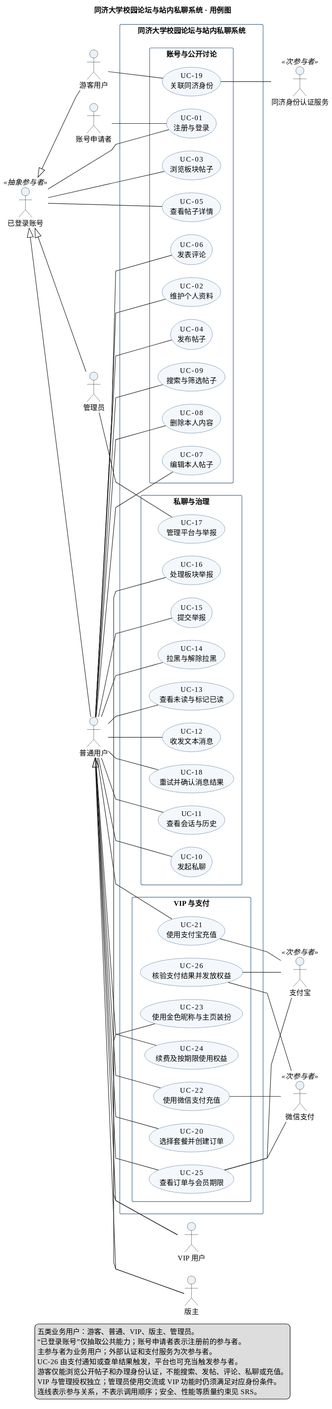
Above: models/requirements/use-cases.svg in Zqz1022/Software-Engineering-Tongji-Uni-2026 (PlantUML), before the change. Its diagram source:
```plantuml
@startuml
title 同济大学校园论坛与站内私聊系统 · 用例图
left to right direction
skinparam defaultFontName PingFang SC
skinparam defaultFontSize 14
skinparam shadowing false
skinparam packageStyle rectangle
skinparam linetype polyline
skinparam nodesep 25
skinparam ranksep 55
skinparam actorBackgroundColor #EAF2FA
skinparam usecaseBackgroundColor #F4F8FC
skinparam usecaseBorderColor #355C7D
skinparam rectangleBorderColor #355C7D
actor "账号申请者" as Applicant
actor "已登录账号" as Account <<抽象参与者>>
actor "游客用户" as Guest
actor "普通用户" as Member
actor "VIP 用户" as VIP
actor "版主" as Moderator
actor "管理员" as Admin
actor "同济身份认证服务" as Tongji <<次参与者>>
actor "支付宝" as Alipay <<次参与者>>
actor "微信支付" as Wechat <<次参与者>>
Account <|-- Guest
Account <|-- Member
Account <|-- Admin
Member <|-- VIP
Member <|-- Moderator
rectangle "同济大学校园论坛与站内私聊系统" {
  package "账号与公开讨论" {
    usecase "UC-01\n注册与登录" as UC01
    usecase "UC-02\n维护个人资料" as UC02
    usecase "UC-03\n浏览板块帖子" as UC03
    usecase "UC-04\n发布帖子" as UC04
    usecase "UC-05\n查看帖子详情" as UC05
    usecase "UC-06\n发表评论" as UC06
    usecase "UC-07\n编辑本人帖子" as UC07
    usecase "UC-08\n删除本人内容" as UC08
    usecase "UC-09\n搜索与筛选帖子" as UC09
    usecase "UC-19\n关联同济身份" as UC19
  }
  package "私聊与治理" {
    usecase "UC-10\n发起私聊" as UC10
    usecase "UC-11\n查看会话与历史" as UC11
    usecase "UC-12\n收发文本消息" as UC12
    usecase "UC-13\n查看未读与标记已读" as UC13
    usecase "UC-14\n拉黑与解除拉黑" as UC14
    usecase "UC-15\n提交举报" as UC15
    usecase "UC-16\n处理板块举报" as UC16
    usecase "UC-17\n管理平台与举报" as UC17
    usecase "UC-18\n重试并确认消息结果" as UC18
  }
  package "VIP 与支付" {
    usecase "UC-20\n选择套餐并创建订单" as UC20
    usecase "UC-21\n使用支付宝充值" as UC21
    usecase "UC-22\n使用微信支付充值" as UC22
    usecase "UC-23\n使用金色昵称与主页装扮" as UC23
    usecase "UC-24\n续费及按期限使用权益" as UC24
    usecase "UC-25\n查看订单与会员期限" as UC25
    usecase "UC-26\n核验支付结果并发放权益" as UC26
  }
}
Applicant -- UC01
Account -- UC01
Account -- UC03
Account -- UC05
Guest -- UC19
Member -- UC02
Member -- UC04
Member -- UC06
Member -- UC07
Member -- UC08
Member -- UC09
Member -- UC10
Member -- UC11
Member -- UC12
Member -- UC13
Member -- UC14
Member -- UC15
Member -- UC18
Member -- UC20
Member -- UC21
Member -- UC22
Member -- UC25
VIP -- UC23
Member -- UC24
Moderator -- UC16
Admin -- UC17
UC19 -- Tongji
UC21 -- Alipay
UC22 -- Wechat
UC25 -- Alipay
UC25 -- Wechat
UC26 -- Alipay
UC26 -- Wechat
legend bottom
  五类业务用户：游客、普通、VIP、版主、管理员。
  “已登录账号”仅抽取公共能力；账号申请者表示注册前的参与者。
  主参与者为业务用户；外部认证和支付服务为次参与者。
  UC-26 由支付通知或查单结果触发，平台也可充当触发参与者。
  游客仅能浏览公开帖子和办理身份认证，不能搜索、发帖、评论、私聊或充值。
  VIP 与管理授权独立；管理员使用交流或 VIP 功能时仍须满足对应身份条件。
  连线表示参与关系，不表示调用顺序；安全、性能等质量约束见 SRS。
endlegend
@enduml
```
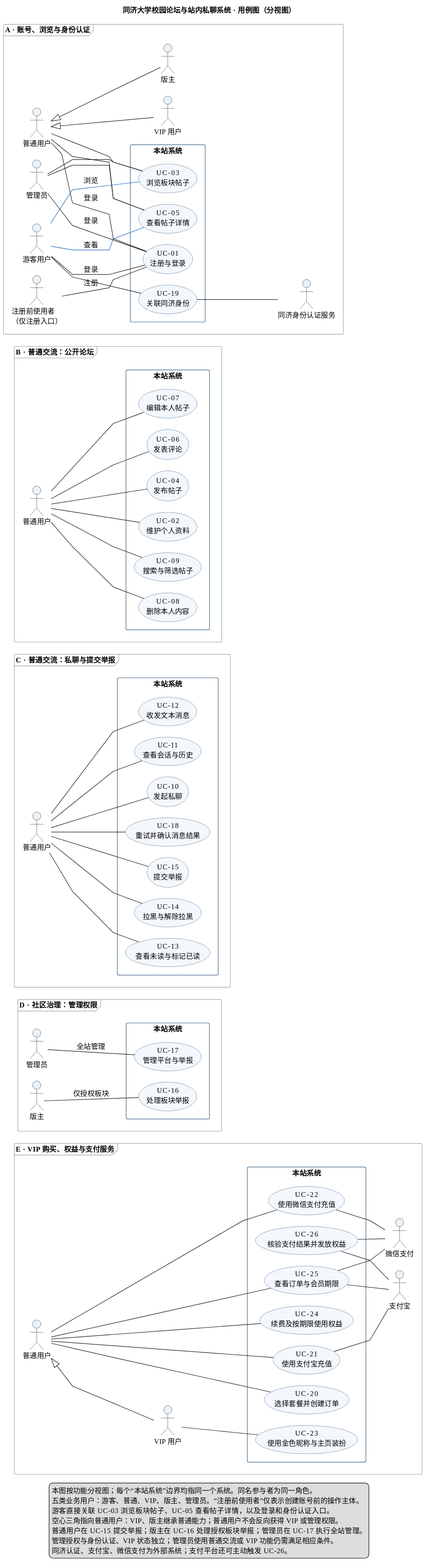
Later version of the same file.

Commit message:
docs: clarify guest access and governance actors in use case views

Diff of the diagram source:
```diff
@@ -1,57 +1,25 @@
 @startuml
-title 同济大学校园论坛与站内私聊系统 · 用例图
+title 同济大学校园论坛与站内私聊系统 · 用例图（分视图）
 left to right direction
 skinparam defaultFontName PingFang SC
 skinparam defaultFontSize 14
 skinparam shadowing false
 skinparam packageStyle rectangle
 skinparam linetype polyline
-skinparam nodesep 25
-skinparam ranksep 55
+skinparam nodesep 22
+skinparam ranksep 42
 skinparam actorBackgroundColor #EAF2FA
 skinparam usecaseBackgroundColor #F4F8FC
 skinparam usecaseBorderColor #355C7D
 skinparam rectangleBorderColor #355C7D
-actor "账号申请者" as Applicant
-actor "已登录账号" as Account <<抽象参与者>>
-actor "游客用户" as Guest
-actor "普通用户" as Member
-actor "VIP 用户" as VIP
-actor "版主" as Moderator
-actor "管理员" as Admin
-actor "同济身份认证服务" as Tongji <<次参与者>>
-actor "支付宝" as Alipay <<次参与者>>
-actor "微信支付" as Wechat <<次参与者>>
-Account <|-- Guest
-Account <|-- Member
-Account <|-- Admin
-Member <|-- VIP
-Member <|-- Moderator
-rectangle "同济大学校园论坛与站内私聊系统" {
-  package "账号与公开讨论" {
-    usecase "UC-01\n注册与登录" as UC01
-    usecase "UC-02\n维护个人资料" as UC02
-    usecase "UC-03\n浏览板块帖子" as UC03
-    usecase "UC-04\n发布帖子" as UC04
-    usecase "UC-05\n查看帖子详情" as UC05
-    usecase "UC-06\n发表评论" as UC06
-    usecase "UC-07\n编辑本人帖子" as UC07
-    usecase "UC-08\n删除本人内容" as UC08
-    usecase "UC-09\n搜索与筛选帖子" as UC09
-    usecase "UC-19\n关联同济身份" as UC19
-  }
-  package "私聊与治理" {
-    usecase "UC-10\n发起私聊" as UC10
-    usecase "UC-11\n查看会话与历史" as UC11
-    usecase "UC-12\n收发文本消息" as UC12
-    usecase "UC-13\n查看未读与标记已读" as UC13
-    usecase "UC-14\n拉黑与解除拉黑" as UC14
-    usecase "UC-15\n提交举报" as UC15
-    usecase "UC-16\n处理板块举报" as UC16
-    usecase "UC-17\n管理平台与举报" as UC17
-    usecase "UC-18\n重试并确认消息结果" as UC18
-  }
-  package "VIP 与支付" {
+skinparam frameBorderColor #90A4AE
+skinparam frameBackgroundColor #FFFFFF
+frame "E · VIP 购买、权益与支付服务" as Payment {
+  actor "普通用户" as MemberPayment
+  actor "VIP 用户" as VIPPayment
+  actor "支付宝" as Alipay
+  actor "微信支付" as Wechat
+  rectangle "本站系统" as PaymentSystem {
     usecase "UC-20\n选择套餐并创建订单" as UC20
     usecase "UC-21\n使用支付宝充值" as UC21
     usecase "UC-22\n使用微信支付充值" as UC22
@@ -60,47 +28,106 @@
     usecase "UC-25\n查看订单与会员期限" as UC25
     usecase "UC-26\n核验支付结果并发放权益" as UC26
   }
+  MemberPayment -- UC20
+  MemberPayment -- UC21
+  MemberPayment -- UC22
+  MemberPayment -- UC24
+  MemberPayment -- UC25
+  VIPPayment -- UC23
+  MemberPayment <|-- VIPPayment
+  UC21 -- Alipay
+  UC22 -- Wechat
+  UC25 -- Alipay
+  UC25 -- Wechat
+  UC26 -- Alipay
+  UC26 -- Wechat
 }
-Applicant -- UC01
-Account -- UC01
-Account -- UC03
-Account -- UC05
-Guest -- UC19
-Member -- UC02
-Member -- UC04
-Member -- UC06
-Member -- UC07
-Member -- UC08
-Member -- UC09
-Member -- UC10
-Member -- UC11
-Member -- UC12
-Member -- UC13
-Member -- UC14
-Member -- UC15
-Member -- UC18
-Member -- UC20
-Member -- UC21
-Member -- UC22
-Member -- UC25
-VIP -- UC23
-Member -- UC24
-Moderator -- UC16
-Admin -- UC17
-UC19 -- Tongji
-UC21 -- Alipay
-UC22 -- Wechat
-UC25 -- Alipay
-UC25 -- Wechat
-UC26 -- Alipay
-UC26 -- Wechat
+
+frame "D · 社区治理：管理权限" as Governance {
+  actor "版主" as ModeratorGovernance
+  actor "管理员" as AdminGovernance
+  rectangle "本站系统" as GovernanceSystem {
+    usecase "UC-16\n处理板块举报" as UC16
+    usecase "UC-17\n管理平台与举报" as UC17
+  }
+  ModeratorGovernance -- UC16 : 仅授权板块
+  AdminGovernance -- UC17 : 全站管理
+}
+
+frame "C · 普通交流：私聊与提交举报" as Chat {
+  actor "普通用户" as MemberChat
+  rectangle "本站系统" as ChatSystem {
+    usecase "UC-10\n发起私聊" as UC10
+    usecase "UC-11\n查看会话与历史" as UC11
+    usecase "UC-12\n收发文本消息" as UC12
+    usecase "UC-13\n查看未读与标记已读" as UC13
+    usecase "UC-14\n拉黑与解除拉黑" as UC14
+    usecase "UC-15\n提交举报" as UC15
+    usecase "UC-18\n重试并确认消息结果" as UC18
+  }
+  MemberChat -- UC10
+  MemberChat -- UC11
+  MemberChat -- UC12
+  MemberChat -- UC13
+  MemberChat -- UC14
+  MemberChat -- UC15
+  MemberChat -- UC18
+}
+
+frame "B · 普通交流：公开论坛" as Forum {
+  actor "普通用户" as MemberForum
+  rectangle "本站系统" as ForumSystem {
+    usecase "UC-02\n维护个人资料" as UC02
+    usecase "UC-04\n发布帖子" as UC04
+    usecase "UC-06\n发表评论" as UC06
+    usecase "UC-07\n编辑本人帖子" as UC07
+    usecase "UC-08\n删除本人内容" as UC08
+    usecase "UC-09\n搜索与筛选帖子" as UC09
+  }
+  MemberForum -- UC02
+  MemberForum -- UC04
+  MemberForum -- UC06
+  MemberForum -- UC07
+  MemberForum -- UC08
+  MemberForum -- UC09
+}
+
+frame "A · 账号、浏览与身份认证" as Access {
+  actor "注册前使用者\n（仅注册入口）" as BeforeRegistration
+  actor "游客用户" as Guest
+  actor "普通用户" as MemberAccess
+  actor "VIP 用户" as VIPAccess
+  actor "版主" as ModeratorAccess
+  actor "管理员" as AdminAccess
+  actor "同济身份认证服务" as Tongji
+  rectangle "本站系统" as AccessSystem {
+    usecase "UC-01\n注册与登录" as UC01
+    usecase "UC-03\n浏览板块帖子" as UC03
+    usecase "UC-05\n查看帖子详情" as UC05
+    usecase "UC-19\n关联同济身份" as UC19
+  }
+  BeforeRegistration -- UC01 : 注册
+  Guest -- UC01 : 登录
+  Guest -[#1565C0]- UC03 : 浏览
+  Guest -[#1565C0]- UC05 : 查看
+  MemberAccess -- UC01 : 登录
+  MemberAccess -- UC03
+  MemberAccess -- UC05
+  AdminAccess -- UC01 : 登录
+  AdminAccess -- UC03
+  AdminAccess -- UC05
+  Guest -- UC19
+  UC19 -- Tongji
+  MemberAccess <|-- VIPAccess
+  MemberAccess <|-- ModeratorAccess
+}
 legend bottom
-  五类业务用户：游客、普通、VIP、版主、管理员。
-  “已登录账号”仅抽取公共能力；账号申请者表示注册前的参与者。
-  主参与者为业务用户；外部认证和支付服务为次参与者。
-  UC-26 由支付通知或查单结果触发，平台也可充当触发参与者。
-  游客仅能浏览公开帖子和办理身份认证，不能搜索、发帖、评论、私聊或充值。
-  VIP 与管理授权独立；管理员使用交流或 VIP 功能时仍须满足对应身份条件。
-  连线表示参与关系，不表示调用顺序；安全、性能等质量约束见 SRS。
+  本图按功能分视图；每个“本站系统”边界均指同一个系统。同名参与者为同一角色。
+  五类业务用户：游客、普通、VIP、版主、管理员。“注册前使用者”仅表示创建账号前的操作主体。
+  游客直接关联 UC-03 浏览板块帖子、UC-05 查看帖子详情，以及登录和身份认证入口。
+  空心三角指向普通用户：VIP、版主继承普通能力；普通用户不会反向获得 VIP 或管理权限。
+  普通用户在 UC-15 提交举报；版主在 UC-16 处理授权板块举报；管理员在 UC-17 执行全站管理。
+  管理授权与身份认证、VIP 状态独立；管理员使用普通交流或 VIP 功能仍需满足相应条件。
+  同济认证、支付宝、微信支付为外部系统；支付平台还可主动触发 UC-26。
 endlegend
 @enduml
```
